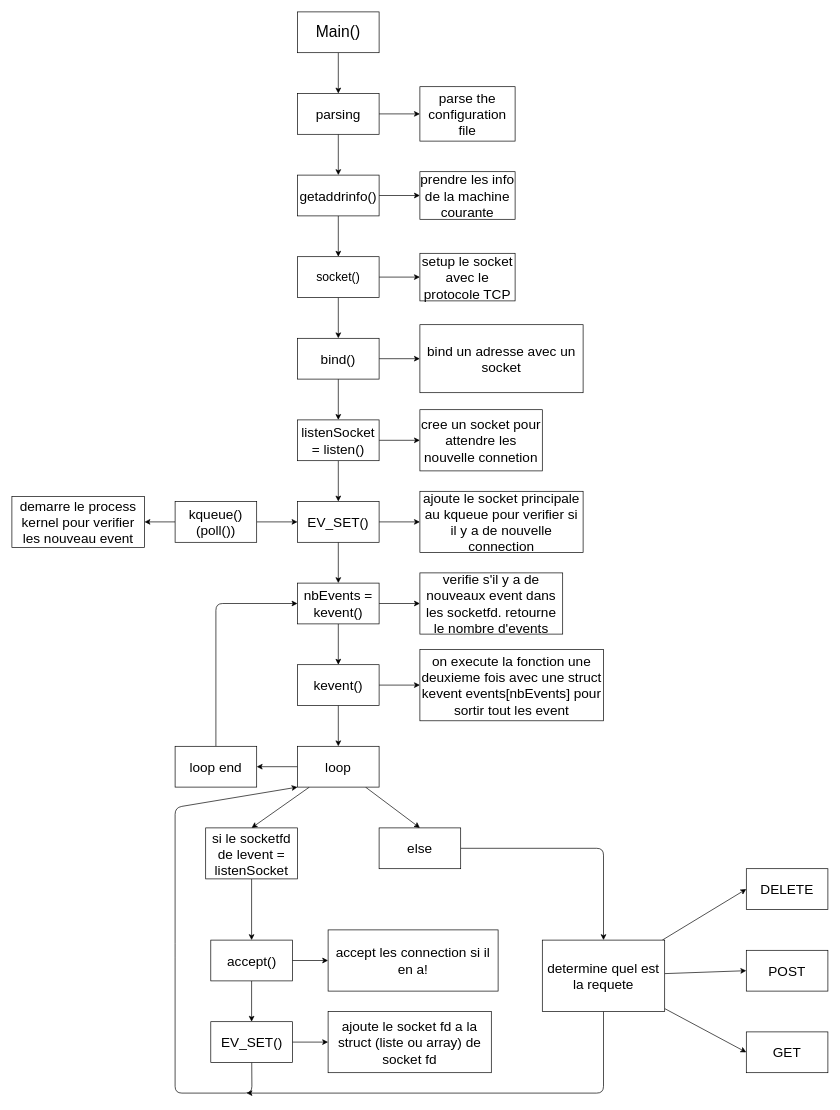
Above: schematic/webserver.drawio in ztrottie/Webserv (draw.io), before the change. Source tidied: cells renumbered, new cells numbered last; positions are measured from the earlier drawing's top-left corner, leaving out a move shared by most shapes. Both pictures are drawn from the tidied source at 68%, with x=0, y=0 at pixel (12, 12).
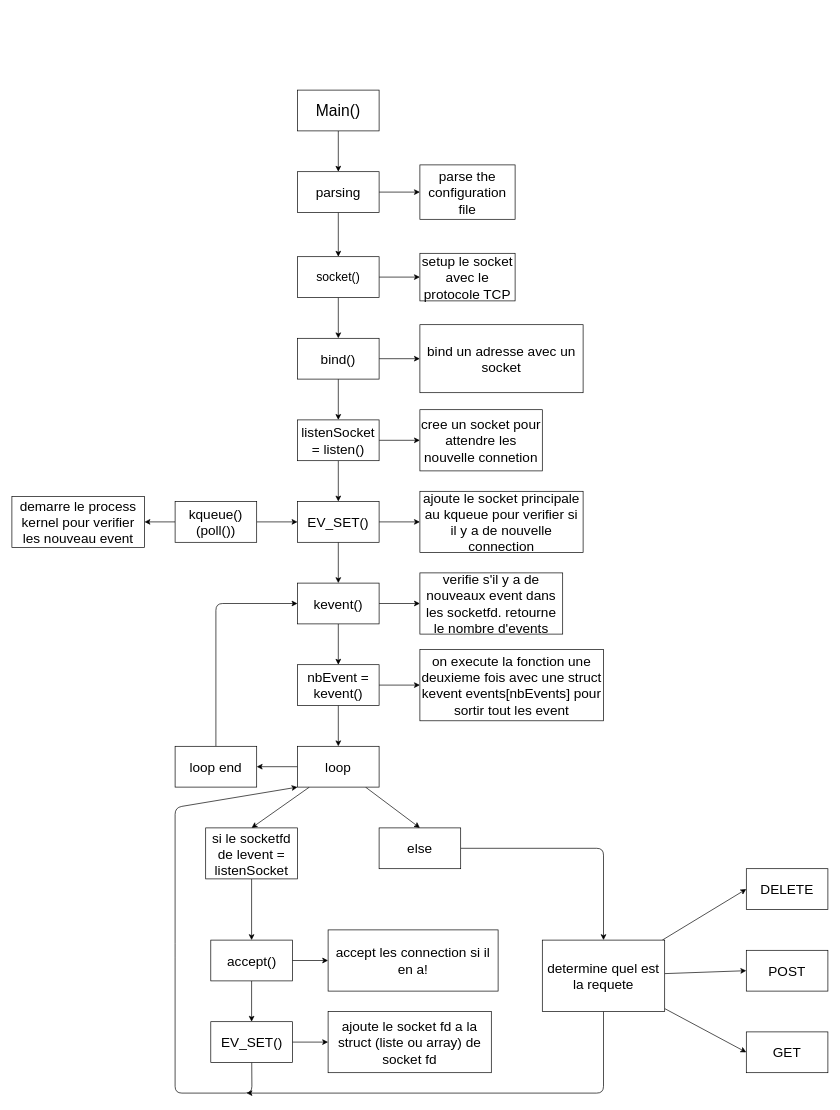
The same diagram, later.

The change refers to these unchanged cells:
```xml
<mxCell id="9" value="socket()" style="whiteSpace=wrap;html=1;fontSize=18;" parent="1" vertex="1">
  <mxGeometry x="420" y="360" width="120" height="60" as="geometry" />
</mxCell>
```

Change to the diagram source:
```diff
@@
     <mxCell id="3" value="&lt;font style=&quot;font-size: 23px;&quot;&gt;Main()&lt;/font&gt;" style="whiteSpace=wrap;html=1;" parent="1" vertex="1">
-      <mxGeometry x="420" width="120" height="60" as="geometry" />
+      <mxGeometry x="420" y="115" width="120" height="60" as="geometry" />
     </mxCell>
-    <mxCell id="4" style="edgeStyle=none;html=1;entryX=0.5;entryY=0;entryDx=0;entryDy=0;fontSize=18;" parent="1" edge="1" source="6" target="9">
-      <mxGeometry relative="1" as="geometry" />
-    </mxCell>
-    <mxCell id="5" style="edgeStyle=none;html=1;entryX=0;entryY=0.5;entryDx=0;entryDy=0;fontSize=20;" parent="1" edge="1" source="6" target="20">
-      <mxGeometry relative="1" as="geometry" />
+    <mxCell id="5" style="edgeStyle=none;html=1;entryX=0;entryY=0.5;entryDx=0;entryDy=0;fontSize=20;" parent="1" edge="1">
+      <mxGeometry relative="1" as="geometry">
+        <mxPoint x="540" y="385" as="sourcePoint" />
+      </mxGeometry>
     </mxCell>
-    <mxCell id="6" value="&lt;font style=&quot;font-size: 20px;&quot;&gt;getaddrinfo()&lt;/font&gt;" style="whiteSpace=wrap;html=1;fontSize=23;" parent="1" vertex="1">
-      <mxGeometry x="420" y="240" width="120" height="60" as="geometry" />
-    </mxCell>
@@
-    <mxCell id="16" style="edgeStyle=none;html=1;fontSize=20;" parent="1" edge="1" source="18" target="6">
-      <mxGeometry relative="1" as="geometry" />
-    </mxCell>
@@
+    <mxCell id="66" style="edgeStyle=none;html=1;" parent="1" edge="1" source="18" target="9">
+      <mxGeometry relative="1" as="geometry" />
+    </mxCell>
     <mxCell id="18" value="parsing" style="whiteSpace=wrap;html=1;fontSize=20;" parent="1" vertex="1">
-      <mxGeometry x="420" y="120" width="120" height="60" as="geometry" />
+      <mxGeometry x="420" y="235" width="120" height="60" as="geometry" />
     </mxCell>
     <mxCell id="19" value="parse the configuration file" style="whiteSpace=wrap;html=1;fontSize=20;" parent="1" vertex="1">
-      <mxGeometry x="600" y="110" width="140" height="80" as="geometry" />
+      <mxGeometry x="600" y="225" width="140" height="80" as="geometry" />
     </mxCell>
-    <mxCell id="20" value="prendre les info de la machine courante" style="whiteSpace=wrap;html=1;fontSize=20;" parent="1" vertex="1">
-      <mxGeometry x="600" y="235" width="140" height="70" as="geometry" />
-    </mxCell>
@@
-    <mxCell id="50" value="nbEvents = kevent()" style="whiteSpace=wrap;html=1;fontSize=20;" parent="1" vertex="1">
+    <mxCell id="50" value="kevent()" style="whiteSpace=wrap;html=1;fontSize=20;" parent="1" vertex="1">
       <mxGeometry x="420" y="840" width="120" height="60" as="geometry" />
     </mxCell>
@@
-    <mxCell id="54" value="kevent()" style="whiteSpace=wrap;html=1;fontSize=20;" parent="1" vertex="1">
+    <mxCell id="54" value="nbEvent = kevent()" style="whiteSpace=wrap;html=1;fontSize=20;" parent="1" vertex="1">
       <mxGeometry x="420" y="960" width="120" height="60" as="geometry" />
     </mxCell>
```
